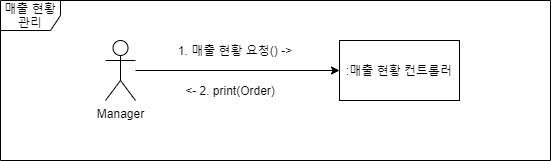
distroytest/KNUSD-20202-Team05 keeps this draw.io diagram as 상세명세서/Behavioral Model/communication diagram/매출현황관리 communication diagram.png. Above is the earlier version. Source tidied: cells renumbered, new cells last; positions are measured from the earlier drawing's top-left corner, leaving out a move shared by most shapes. Source of this version:
```xml
<mxGraphModel>
  <root>
    <mxCell id="0" />
    <mxCell id="1" parent="0" />
    <mxCell id="2" style="edgeStyle=orthogonalEdgeStyle;rounded=0;jettySize=auto;html=1;entryX=0;entryY=0.5;entryDx=0;entryDy=0;" parent="1" edge="1" source="3" target="4">
      <mxGeometry relative="1" as="geometry" />
    </mxCell>
    <mxCell id="3" value="Manager" style="shape=umlActor;verticalLabelPosition=bottom;verticalAlign=top;html=1;outlineConnect=0;" parent="1" vertex="1">
      <mxGeometry x="105" y="40" width="30" height="60" as="geometry" />
    </mxCell>
    <mxCell id="4" value=":매출 현황 컨트롤러" style="rounded=0;whiteSpace=wrap;html=1;" parent="1" vertex="1">
      <mxGeometry x="339" y="40" width="120" height="60" as="geometry" />
    </mxCell>
    <mxCell id="5" value="1. 매출 현황 요청() -&amp;gt;" style="text;html=1;strokeColor=none;fillColor=none;align=center;verticalAlign=middle;whiteSpace=wrap;rounded=0;" parent="1" vertex="1">
      <mxGeometry x="150" y="40" width="170" height="20" as="geometry" />
    </mxCell>
    <mxCell id="6" value="매출 현황 관리" style="shape=umlFrame;whiteSpace=wrap;html=1;" parent="1" vertex="1">
      <mxGeometry width="550" height="160" as="geometry" />
    </mxCell>
    <mxCell id="7" value="&amp;lt;- 2. print(Order)" style="text;html=1;strokeColor=none;fillColor=none;align=center;verticalAlign=middle;whiteSpace=wrap;rounded=0;" parent="1" vertex="1">
      <mxGeometry x="170" y="80" width="120" height="20" as="geometry" />
    </mxCell>
  </root>
</mxGraphModel>
```
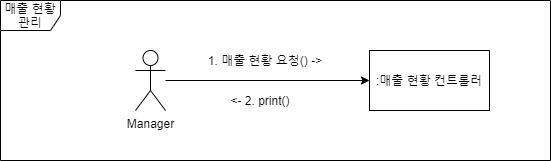
Above is the later version.

Commit message:
Update 매출현황관리 communication diagram.png

Change to the diagram source:
```diff
@@ -15,9 +15,9 @@
       <mxGeometry x="150" y="40" width="170" height="20" as="geometry" />
     </mxCell>
     <mxCell id="6" value="매출 현황 관리" style="shape=umlFrame;whiteSpace=wrap;html=1;" parent="1" vertex="1">
-      <mxGeometry width="550" height="160" as="geometry" />
+      <mxGeometry x="-30" y="-10" width="550" height="160" as="geometry" />
     </mxCell>
-    <mxCell id="7" value="&amp;lt;- 2. print(Order)" style="text;html=1;strokeColor=none;fillColor=none;align=center;verticalAlign=middle;whiteSpace=wrap;rounded=0;" parent="1" vertex="1">
+    <mxCell id="7" value="&amp;lt;- 2. print()" style="text;html=1;strokeColor=none;fillColor=none;align=center;verticalAlign=middle;whiteSpace=wrap;rounded=0;" parent="1" vertex="1">
       <mxGeometry x="170" y="80" width="120" height="20" as="geometry" />
     </mxCell>
   </root>
```
